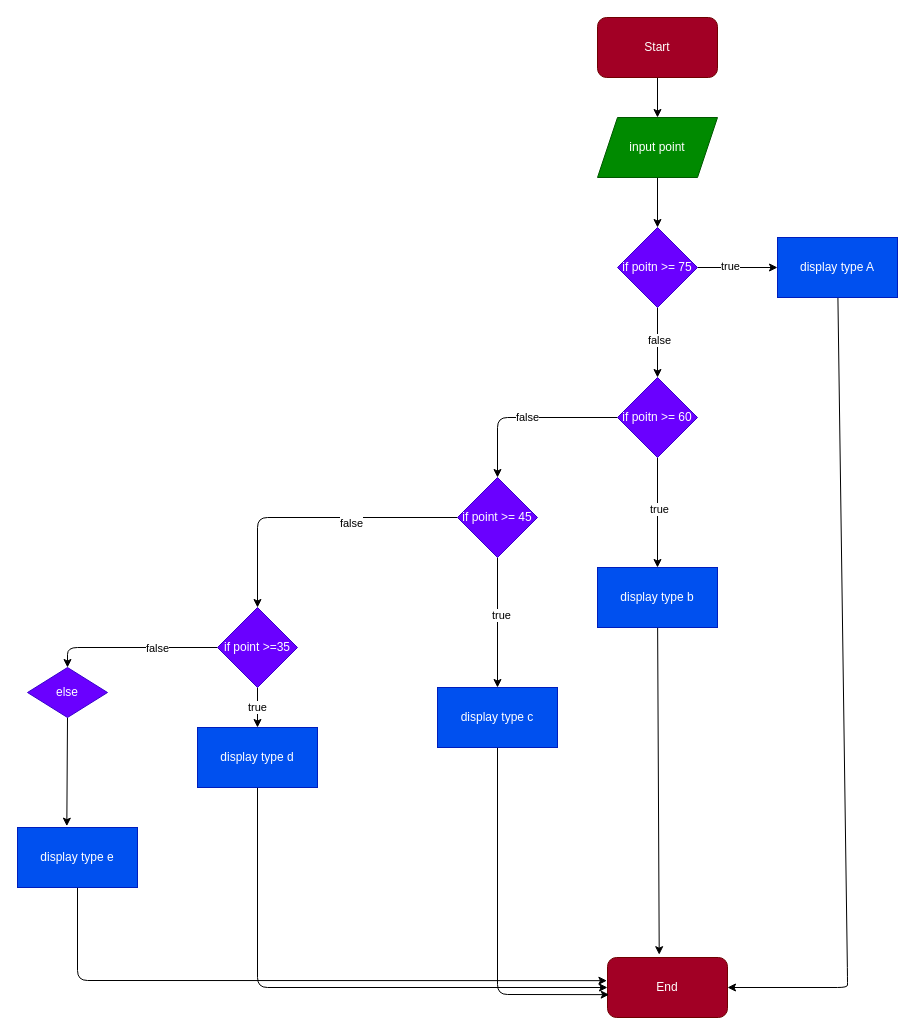
This is ex05.dio from tranxuyen08/Java-FullStack-FrontEnd-Basic, a draw.io file, before an edit. Source tidied: cells renumbered, new cells numbered last; positions are measured from the earlier drawing's top-left corner, leaving out a move shared by most shapes. Both pictures are drawn from the tidied source at 100%, with x=0, y=0 at pixel (17, 17).
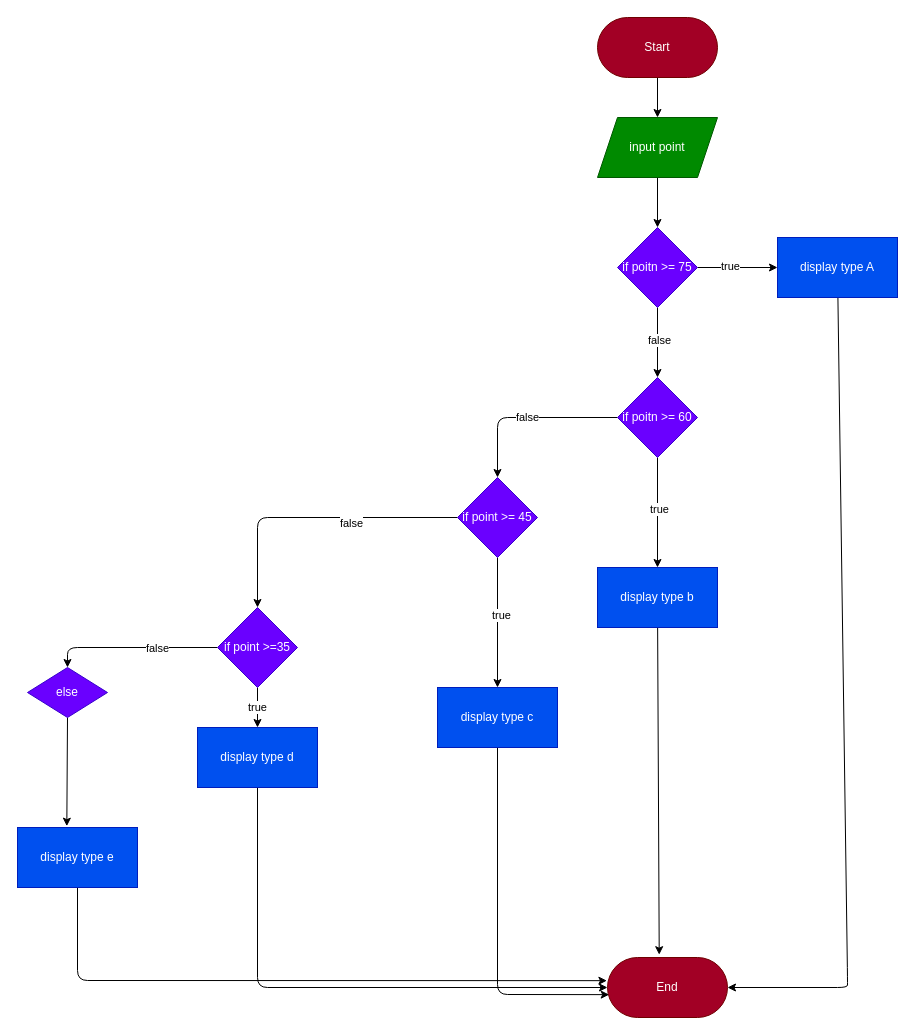
After the change.

Change to the diagram source:
```diff
@@
-    <mxCell id="3" value="Start" style="rounded=1;whiteSpace=wrap;html=1;fillColor=#a20025;fontColor=#ffffff;strokeColor=#6F0000;" parent="1" vertex="1">
+    <mxCell id="3" value="Start" style="rounded=1;whiteSpace=wrap;html=1;fillColor=#a20025;fontColor=#ffffff;strokeColor=#6F0000;arcSize=50;" parent="1" vertex="1">
       <mxGeometry x="580" width="120" height="60" as="geometry" />
     </mxCell>
-    <mxCell id="4" value="End" style="rounded=1;whiteSpace=wrap;html=1;fillColor=#a20025;fontColor=#ffffff;strokeColor=#6F0000;" parent="1" vertex="1">
+    <mxCell id="4" value="End" style="rounded=1;whiteSpace=wrap;html=1;fillColor=#a20025;fontColor=#ffffff;strokeColor=#6F0000;arcSize=50;" parent="1" vertex="1">
       <mxGeometry x="590" y="940" width="120" height="60" as="geometry" />
     </mxCell>
```
